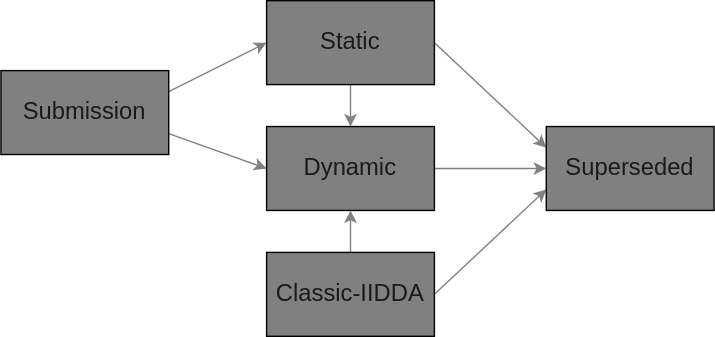
The draw.io diagram lifecycle.svg in canmod/iidda, before a commit. Source tidied: cells renumbered, new cells last; positions are measured from the earlier drawing's top-left corner, leaving out a move shared by most shapes.
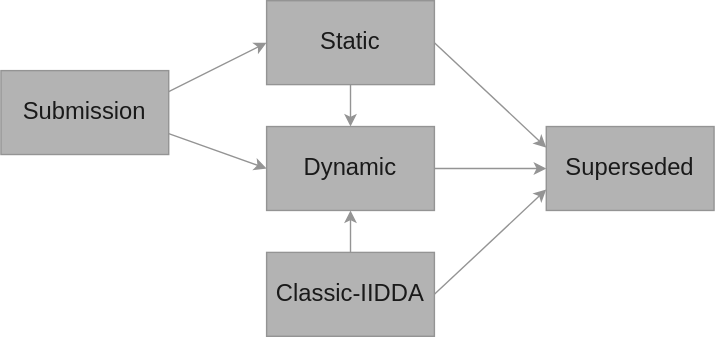
The same file after the commit.

Commit message:
further defining life cycle states

Change to the diagram source:
```diff
@@ -2,40 +2,40 @@
   <root>
     <mxCell id="0" />
     <mxCell id="1" parent="0" />
-    <mxCell id="2" style="edgeStyle=none;rounded=0;jettySize=auto;html=1;exitX=1;exitY=0.75;exitDx=0;exitDy=0;entryX=0;entryY=0.5;entryDx=0;entryDy=0;strokeColor=#808080;" parent="1" edge="1" source="4" target="13">
+    <mxCell id="2" style="edgeStyle=none;rounded=0;jettySize=auto;html=1;exitX=1;exitY=0.75;exitDx=0;exitDy=0;entryX=0;entryY=0.5;entryDx=0;entryDy=0;strokeColor=#949494;" parent="1" edge="1" source="4" target="13">
       <mxGeometry relative="1" as="geometry" />
     </mxCell>
-    <mxCell id="3" style="edgeStyle=none;rounded=0;jettySize=auto;html=1;exitX=1;exitY=0.25;exitDx=0;exitDy=0;entryX=0;entryY=0.5;entryDx=0;entryDy=0;strokeColor=#808080;" parent="1" edge="1" source="4" target="10">
+    <mxCell id="3" style="edgeStyle=none;rounded=0;jettySize=auto;html=1;exitX=1;exitY=0.25;exitDx=0;exitDy=0;entryX=0;entryY=0.5;entryDx=0;entryDy=0;strokeColor=#949494;" parent="1" edge="1" source="4" target="10">
       <mxGeometry relative="1" as="geometry" />
     </mxCell>
-    <mxCell id="4" value="Submission" style="rounded=0;whiteSpace=wrap;html=1;fillColor=#808080;fontColor=#1A1A1A;fontSize=17;" parent="1" vertex="1">
+    <mxCell id="4" value="Submission" style="rounded=0;whiteSpace=wrap;html=1;fontColor=#1A1A1A;fontSize=17;strokeColor=#949494;fillColor=#B3B3B3;" parent="1" vertex="1">
       <mxGeometry y="50" width="120" height="60" as="geometry" />
     </mxCell>
-    <mxCell id="5" style="edgeStyle=none;rounded=0;jettySize=auto;html=1;exitX=0.5;exitY=0;exitDx=0;exitDy=0;entryX=0.5;entryY=1;entryDx=0;entryDy=0;strokeColor=#808080;" parent="1" edge="1" source="7" target="13">
+    <mxCell id="5" style="edgeStyle=none;rounded=0;jettySize=auto;html=1;exitX=0.5;exitY=0;exitDx=0;exitDy=0;entryX=0.5;entryY=1;entryDx=0;entryDy=0;strokeColor=#949494;" parent="1" edge="1" source="7" target="13">
       <mxGeometry relative="1" as="geometry" />
     </mxCell>
-    <mxCell id="6" style="edgeStyle=none;rounded=0;jettySize=auto;html=1;exitX=1;exitY=0.5;exitDx=0;exitDy=0;entryX=0;entryY=0.75;entryDx=0;entryDy=0;strokeColor=#808080;" parent="1" edge="1" source="7" target="11">
+    <mxCell id="6" style="edgeStyle=none;rounded=0;jettySize=auto;html=1;exitX=1;exitY=0.5;exitDx=0;exitDy=0;entryX=0;entryY=0.75;entryDx=0;entryDy=0;strokeColor=#949494;" parent="1" edge="1" source="7" target="11">
       <mxGeometry relative="1" as="geometry" />
     </mxCell>
-    <mxCell id="7" value="Classic-IIDDA" style="rounded=0;whiteSpace=wrap;html=1;fillColor=#808080;fontColor=#1A1A1A;fontSize=17;" parent="1" vertex="1">
+    <mxCell id="7" value="Classic-IIDDA" style="rounded=0;whiteSpace=wrap;html=1;fontColor=#1A1A1A;fontSize=17;strokeColor=#949494;fillColor=#B3B3B3;" parent="1" vertex="1">
       <mxGeometry x="190" y="180" width="120" height="60" as="geometry" />
     </mxCell>
-    <mxCell id="8" style="edgeStyle=none;rounded=0;jettySize=auto;html=1;exitX=1;exitY=0.5;exitDx=0;exitDy=0;entryX=0;entryY=0.25;entryDx=0;entryDy=0;strokeColor=#808080;" parent="1" edge="1" source="10" target="11">
+    <mxCell id="8" style="edgeStyle=none;rounded=0;jettySize=auto;html=1;exitX=1;exitY=0.5;exitDx=0;exitDy=0;entryX=0;entryY=0.25;entryDx=0;entryDy=0;strokeColor=#949494;" parent="1" edge="1" source="10" target="11">
       <mxGeometry relative="1" as="geometry" />
     </mxCell>
-    <mxCell id="9" style="edgeStyle=none;rounded=0;jettySize=auto;html=1;exitX=0.5;exitY=1;exitDx=0;exitDy=0;entryX=0.5;entryY=0;entryDx=0;entryDy=0;strokeColor=#808080;" parent="1" edge="1" source="10" target="13">
+    <mxCell id="9" style="edgeStyle=none;rounded=0;jettySize=auto;html=1;exitX=0.5;exitY=1;exitDx=0;exitDy=0;entryX=0.5;entryY=0;entryDx=0;entryDy=0;strokeColor=#949494;" parent="1" edge="1" source="10" target="13">
       <mxGeometry relative="1" as="geometry" />
     </mxCell>
-    <mxCell id="10" value="Static" style="rounded=0;whiteSpace=wrap;html=1;fillColor=#808080;fontColor=#1A1A1A;fontSize=17;" parent="1" vertex="1">
+    <mxCell id="10" value="Static" style="rounded=0;whiteSpace=wrap;html=1;fontColor=#1A1A1A;fontSize=17;strokeColor=#949494;fillColor=#B3B3B3;" parent="1" vertex="1">
       <mxGeometry x="190" width="120" height="60" as="geometry" />
     </mxCell>
-    <mxCell id="11" value="Superseded" style="rounded=0;whiteSpace=wrap;html=1;fillColor=#808080;fontColor=#1A1A1A;fontSize=17;" parent="1" vertex="1">
+    <mxCell id="11" value="Superseded" style="rounded=0;whiteSpace=wrap;html=1;fontColor=#1A1A1A;fontSize=17;strokeColor=#949494;fillColor=#B3B3B3;" parent="1" vertex="1">
       <mxGeometry x="390" y="90" width="120" height="60" as="geometry" />
     </mxCell>
-    <mxCell id="12" style="edgeStyle=none;rounded=0;jettySize=auto;html=1;exitX=1;exitY=0.5;exitDx=0;exitDy=0;entryX=0;entryY=0.5;entryDx=0;entryDy=0;strokeColor=#808080;" parent="1" edge="1" source="13" target="11">
+    <mxCell id="12" style="edgeStyle=none;rounded=0;jettySize=auto;html=1;exitX=1;exitY=0.5;exitDx=0;exitDy=0;entryX=0;entryY=0.5;entryDx=0;entryDy=0;strokeColor=#949494;" parent="1" edge="1" source="13" target="11">
       <mxGeometry relative="1" as="geometry" />
     </mxCell>
-    <mxCell id="13" value="Dynamic" style="rounded=0;whiteSpace=wrap;html=1;fillColor=#808080;fontColor=#1A1A1A;fontSize=17;" parent="1" vertex="1">
+    <mxCell id="13" value="Dynamic" style="rounded=0;whiteSpace=wrap;html=1;fontColor=#1A1A1A;fontSize=17;strokeColor=#949494;fillColor=#B3B3B3;" parent="1" vertex="1">
       <mxGeometry x="190" y="90" width="120" height="60" as="geometry" />
     </mxCell>
   </root>
```
